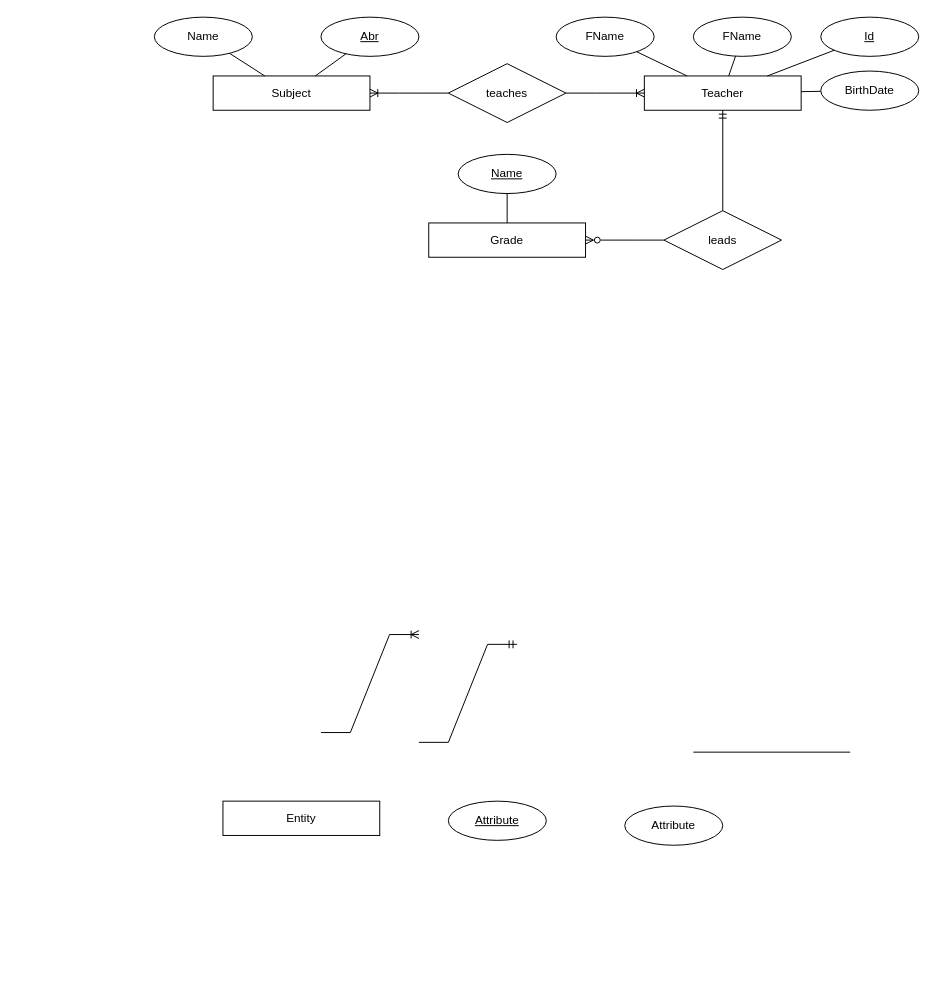
Earlier version of the draw.io diagram er.drawio (elma1989/teach). Source tidied: cells renumbered, new cells numbered last; positions are measured from the earlier drawing's top-left corner, leaving out a move shared by most shapes. Both pictures are drawn from the tidied source at 98%, with x=0, y=0 at pixel (154, 17).
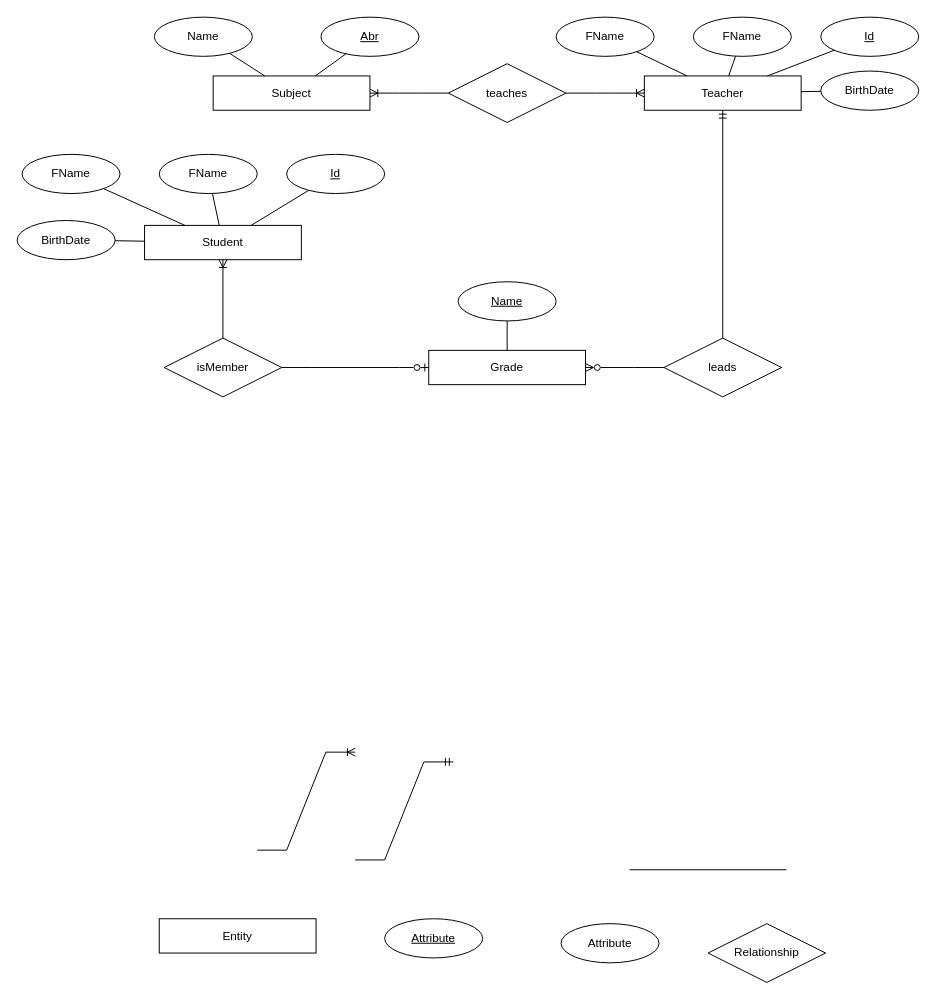
After the change.

The edit, as a diff of the source:
```diff
@@
     <mxCell id="2" value="Entity" style="whiteSpace=wrap;html=1;align=center;" parent="1" vertex="1">
-      <mxGeometry x="70" y="800" width="160" height="35" as="geometry" />
+      <mxGeometry x="5" y="920" width="160" height="35" as="geometry" />
     </mxCell>
@@
     <mxCell id="4" value="Attribute" style="ellipse;whiteSpace=wrap;html=1;align=center;fontStyle=4;" parent="1" vertex="1">
-      <mxGeometry x="300" y="800" width="100" height="40" as="geometry" />
+      <mxGeometry x="235" y="920" width="100" height="40" as="geometry" />
     </mxCell>
@@
     <mxCell id="6" value="Attribute" style="ellipse;whiteSpace=wrap;html=1;align=center;" parent="1" vertex="1">
-      <mxGeometry x="480" y="805" width="100" height="40" as="geometry" />
+      <mxGeometry x="415" y="925" width="100" height="40" as="geometry" />
     </mxCell>
@@
     <mxCell id="8" style="endArrow=none;html=1;rounded=0;" parent="1" edge="1">
       <mxGeometry relative="1" as="geometry">
-        <mxPoint x="550" y="750" as="sourcePoint" />
-        <mxPoint x="710" y="750" as="targetPoint" />
+        <mxPoint x="485" y="870" as="sourcePoint" />
+        <mxPoint x="645" y="870" as="targetPoint" />
       </mxGeometry>
     </mxCell>
@@
     <mxCell id="20" value="leads" style="shape=rhombus;perimeter=rhombusPerimeter;whiteSpace=wrap;html=1;align=center;" parent="1" vertex="1">
-      <mxGeometry x="520" y="197.5" width="120" height="60" as="geometry" />
+      <mxGeometry x="520" y="327.5" width="120" height="60" as="geometry" />
     </mxCell>
@@
     <mxCell id="22" style="edgeStyle=entityRelationEdgeStyle;fontSize=12;html=1;endArrow=ERoneToMany;rounded=0;" parent="1" edge="1">
       <mxGeometry relative="1" as="geometry">
-        <mxPoint x="170" y="730" as="sourcePoint" />
-        <mxPoint x="270" y="630" as="targetPoint" />
+        <mxPoint x="105" y="850" as="sourcePoint" />
+        <mxPoint x="205" y="750" as="targetPoint" />
       </mxGeometry>
     </mxCell>
@@
     <mxCell id="25" value="Grade" style="whiteSpace=wrap;html=1;align=center;" parent="1" vertex="1">
-      <mxGeometry x="280" y="210" width="160" height="35" as="geometry" />
+      <mxGeometry x="280" y="340" width="160" height="35" as="geometry" />
     </mxCell>
     <mxCell id="26" value="Name" style="ellipse;whiteSpace=wrap;html=1;align=center;fontStyle=4;" parent="1" vertex="1">
-      <mxGeometry x="310" y="140" width="100" height="40" as="geometry" />
+      <mxGeometry x="310" y="270" width="100" height="40" as="geometry" />
     </mxCell>
@@
     <mxCell id="28" style="edgeStyle=entityRelationEdgeStyle;fontSize=12;html=1;endArrow=ERmandOne;rounded=0;" parent="1" edge="1">
       <mxGeometry relative="1" as="geometry">
-        <mxPoint x="270" y="740" as="sourcePoint" />
-        <mxPoint x="370" y="640" as="targetPoint" />
+        <mxPoint x="205" y="860" as="sourcePoint" />
+        <mxPoint x="305" y="760" as="targetPoint" />
       </mxGeometry>
     </mxCell>
@@
+    <mxCell id="31" value="Student" style="whiteSpace=wrap;html=1;align=center;" parent="1" vertex="1">
+      <mxGeometry x="-10" y="212.5" width="160" height="35" as="geometry" />
+    </mxCell>
+    <mxCell id="32" style="endArrow=none;html=1;rounded=0;" parent="1" edge="1" source="31" target="38">
+      <mxGeometry relative="1" as="geometry" />
+    </mxCell>
+    <mxCell id="33" value="FName" style="ellipse;whiteSpace=wrap;html=1;align=center;" parent="1" vertex="1">
+      <mxGeometry x="5" y="140" width="100" height="40" as="geometry" />
+    </mxCell>
+    <mxCell id="34" style="endArrow=none;html=1;rounded=0;" parent="1" edge="1" source="31" target="33">
+      <mxGeometry relative="1" as="geometry" />
+    </mxCell>
+    <mxCell id="35" style="endArrow=none;html=1;rounded=0;" parent="1" edge="1" source="31" target="37">
+      <mxGeometry relative="1" as="geometry" />
+    </mxCell>
+    <mxCell id="36" style="endArrow=none;html=1;rounded=0;" parent="1" edge="1" source="31" target="39">
+      <mxGeometry relative="1" as="geometry" />
+    </mxCell>
+    <mxCell id="37" value="FName" style="ellipse;whiteSpace=wrap;html=1;align=center;" parent="1" vertex="1">
+      <mxGeometry x="-135" y="140" width="100" height="40" as="geometry" />
+    </mxCell>
+    <mxCell id="38" value="Id" style="ellipse;whiteSpace=wrap;html=1;align=center;fontStyle=4;" parent="1" vertex="1">
+      <mxGeometry x="135" y="140" width="100" height="40" as="geometry" />
+    </mxCell>
+    <mxCell id="39" value="BirthDate" style="ellipse;whiteSpace=wrap;html=1;align=center;" parent="1" vertex="1">
+      <mxGeometry x="-140" y="207.5" width="100" height="40" as="geometry" />
+    </mxCell>
+    <mxCell id="40" value="Relationship" style="shape=rhombus;perimeter=rhombusPerimeter;whiteSpace=wrap;html=1;align=center;" parent="1" vertex="1">
+      <mxGeometry x="565" y="925" width="120" height="60" as="geometry" />
+    </mxCell>
+    <mxCell id="41" value="isMember" style="shape=rhombus;perimeter=rhombusPerimeter;whiteSpace=wrap;html=1;align=center;" parent="1" vertex="1">
+      <mxGeometry x="10" y="327.5" width="120" height="60" as="geometry" />
+    </mxCell>
+    <mxCell id="42" style="edgeStyle=entityRelationEdgeStyle;fontSize=12;html=1;endArrow=ERzeroToOne;rounded=0;endFill=0;" parent="1" edge="1" source="41" target="25">
+      <mxGeometry relative="1" as="geometry" />
+    </mxCell>
+    <mxCell id="43" style="edgeStyle=orthogonalEdgeStyle;fontSize=12;html=1;endArrow=ERoneToMany;rounded=0;" parent="1" edge="1" source="41" target="31">
+      <mxGeometry relative="1" as="geometry" />
+    </mxCell>
```
